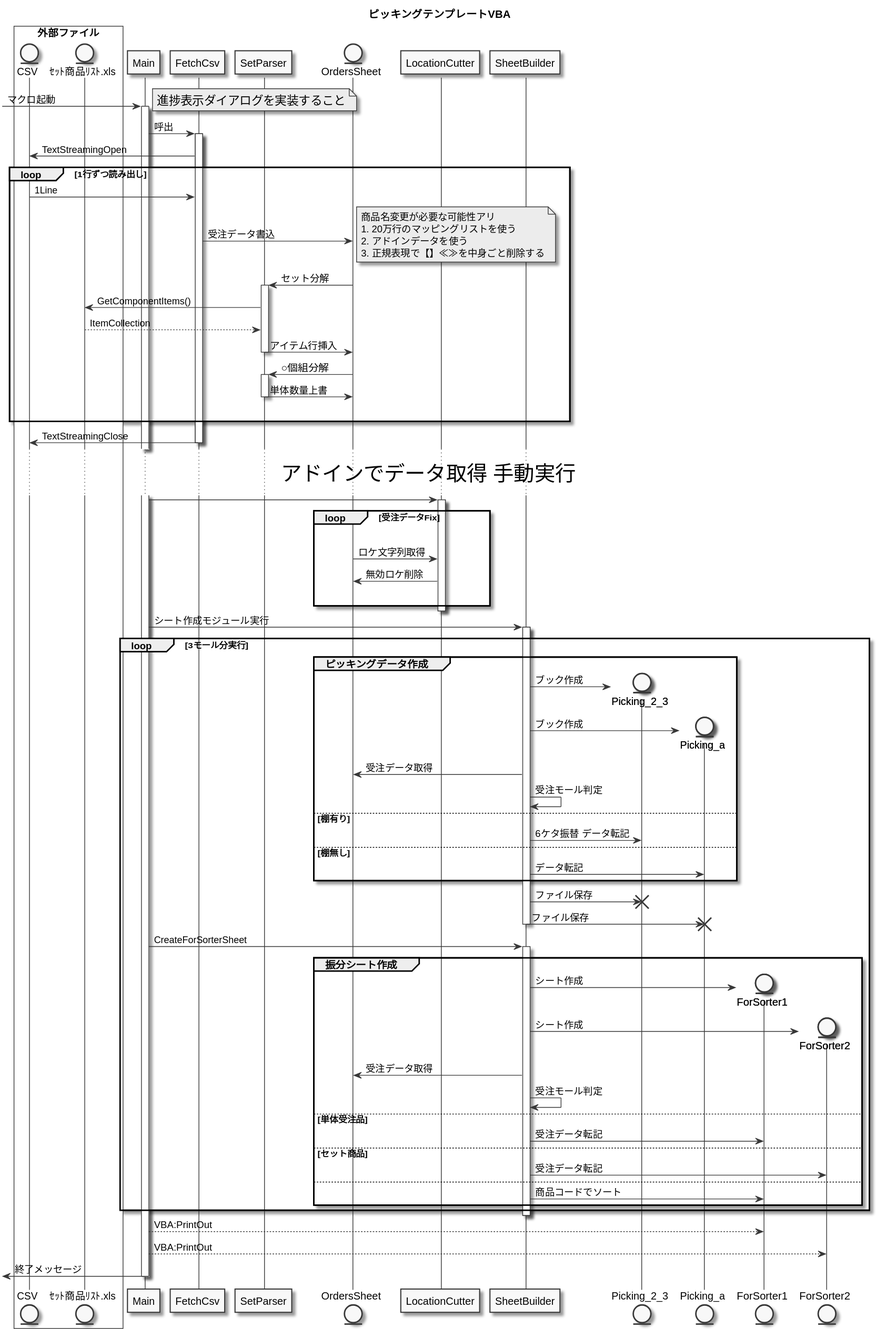
The PlantUML diagram docs/uml/picking_create_vba.svg in amunenaga/ec-backyard-macro, before a commit. Its source is kept beside it as picking_create_vba.puml. Source of this version:
```plantuml
@startuml picking_create_vba

skinparam monochrome true
skinparam packageFontSize 25

title ピッキングテンプレートVBA


box "外部ファイル" #white
    entity CSV
    entity ｾｯﾄ商品ﾘｽﾄ.xls
end box

participant Main

[-> Main : マクロ起動
activate Main

note right
  <size:16>進捗表示ダイアログを実装すること</size>
end note

Main -> FetchCsv : 呼出
activate FetchCsv

CSV <- FetchCsv : TextStreamingOpen

participant SetParser

Loop 1行ずつ読み出し
    CSV -> FetchCsv : 1Line

    entity OrdersSheet
    FetchCsv -> OrdersSheet : 受注データ書込

    note right
        商品名変更が必要な可能性アリ
        1. 20万行のマッピングリストを使う
        2. アドインデータを使う
        3. 正規表現で【】≪≫を中身ごと削除する
    end note

    SetParser <- OrdersSheet : セット分解

    activate SetParser
        ｾｯﾄ商品ﾘｽﾄ.xls <- SetParser : GetComponentItems()
        ｾｯﾄ商品ﾘｽﾄ.xls --> SetParser : ItemCollection

        SetParser -> OrdersSheet : アイテム行挿入

    deactivate SetParser

    SetParser <- OrdersSheet :○個組分解
    activate SetParser
        SetParser -> OrdersSheet : 単体数量上書
    deactivate SetParser

    |||
    end loop

CSV <- FetchCsv : TextStreamingClose
deactivate FetchCsv

... <size:28>アドインでデータ取得 手動実行</size> ...

participant LocationCutter

    Main -> LocationCutter

    activate LocationCutter

    loop 受注データFix
        |||
        OrdersSheet -> LocationCutter :ロケ文字列取得
        OrdersSheet <- LocationCutter :無効ロケ削除
        |||
    end
    deactivate LocationCutter

participant SheetBuilder

Main -> SheetBuilder : シート作成モジュール実行
activate SheetBuilder

loop 3モール分実行
    Group ピッキングデータ作成

        create entity Picking_2_3
        SheetBuilder -> Picking_2_3 : ブック作成

        create entity Picking_a
        SheetBuilder -> Picking_a : ブック作成

        OrdersSheet <- SheetBuilder : 受注データ取得

        SheetBuilder -> SheetBuilder : 受注モール判定

        else 棚有り
            SheetBuilder -> Picking_2_3 : 6ケタ振替 データ転記

        else 棚無し
            SheetBuilder -> Picking_a : データ転記
    end

    SheetBuilder -> Picking_2_3 : ファイル保存
    destroy Picking_2_3
    SheetBuilder -> Picking_a : ファイル保存
    deactivate SheetBuilder

    destroy Picking_a
    deactivate SheetBuilder

    Group 振分シート作成
        activate SheetBuilder
        Main -> SheetBuilder : CreateForSorterSheet
        create entity ForSorter1
        SheetBuilder -> ForSorter1 : シート作成
        create entity ForSorter2
        SheetBuilder -> ForSorter2 : シート作成
        OrdersSheet <- SheetBuilder : 受注データ取得
        SheetBuilder -> SheetBuilder : 受注モール判定

        else 単体受注品

            SheetBuilder -> ForSorter1 : 受注データ転記

        else セット商品

            SheetBuilder -> ForSorter2 : 受注データ転記
        else

            SheetBuilder -> ForSorter1 : 商品コードでソート

    end
end

deactivate SheetBuilder

Main --> ForSorter1 : VBA:PrintOut
Main --> ForSorter2 : VBA:PrintOut


[<- Main : 終了メッセージ

deactivate Main

@enduml
```
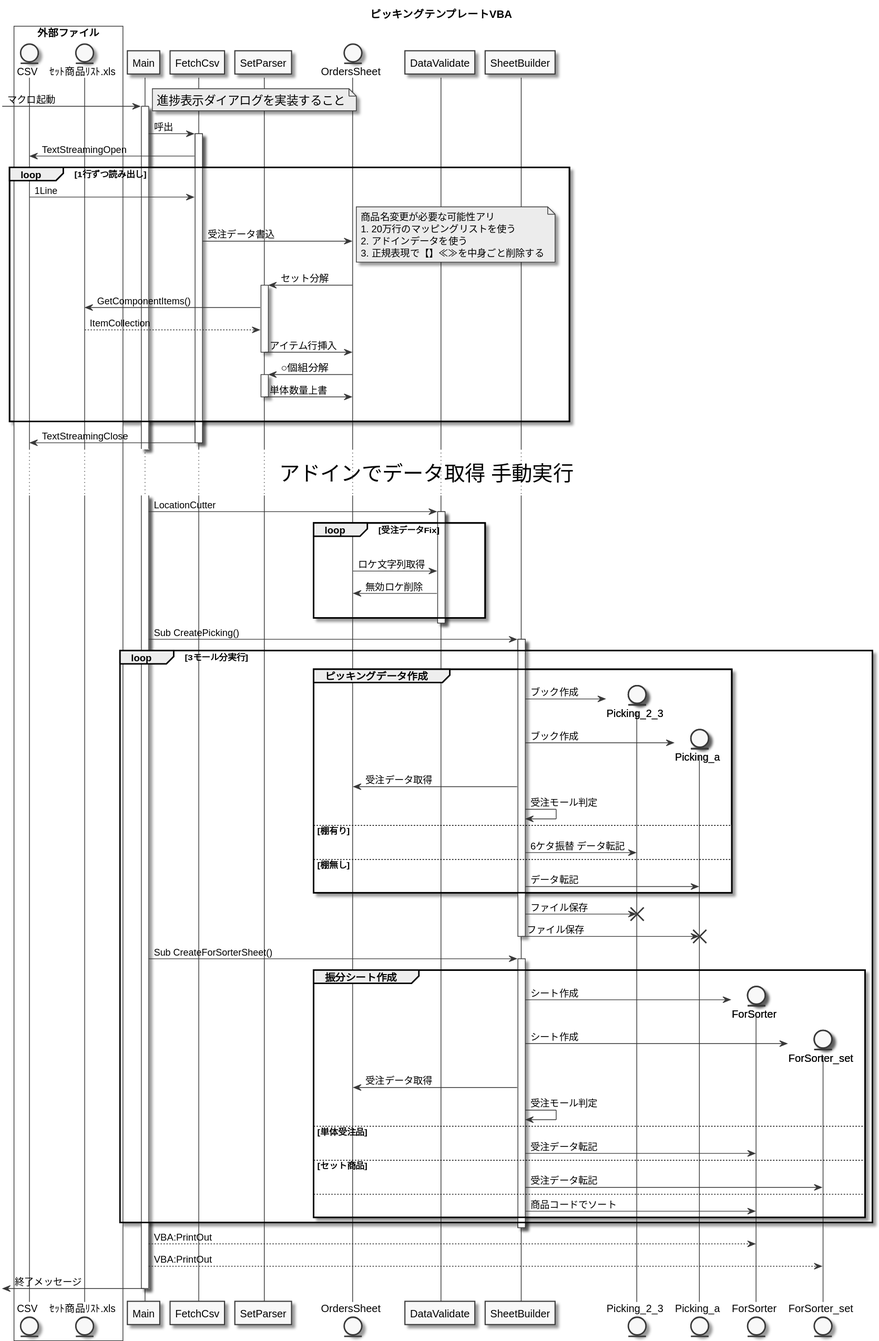
Later version of the same file.

Commit message:
シーケンス図 修正

Diff of the diagram source:
```diff
@@ -63,23 +63,23 @@
 
 ... <size:28>アドインでデータ取得 手動実行</size> ...
 
-participant LocationCutter
+participant DataValidate
 
-    Main -> LocationCutter
+    Main -> DataValidate : LocationCutter
 
-    activate LocationCutter
+    activate DataValidate
 
     loop 受注データFix
         |||
-        OrdersSheet -> LocationCutter :ロケ文字列取得
-        OrdersSheet <- LocationCutter :無効ロケ削除
+        OrdersSheet -> DataValidate :ロケ文字列取得
+        OrdersSheet <- DataValidate :無効ロケ削除
         |||
     end
-    deactivate LocationCutter
+    deactivate DataValidate
 
 participant SheetBuilder
 
-Main -> SheetBuilder : シート作成モジュール実行
+Main -> SheetBuilder : Sub CreatePicking()
 activate SheetBuilder
 
 loop 3モール分実行
@@ -110,34 +110,35 @@
     destroy Picking_a
     deactivate SheetBuilder
 
-    Group 振分シート作成
+
+    Main -> SheetBuilder : Sub CreateForSorterSheet()
+        Group 振分シート作成
         activate SheetBuilder
-        Main -> SheetBuilder : CreateForSorterSheet
-        create entity ForSorter1
-        SheetBuilder -> ForSorter1 : シート作成
-        create entity ForSorter2
-        SheetBuilder -> ForSorter2 : シート作成
+        create entity ForSorter
+        SheetBuilder -> ForSorter : シート作成
+        create entity ForSorter_set
+        SheetBuilder -> ForSorter_set : シート作成
         OrdersSheet <- SheetBuilder : 受注データ取得
         SheetBuilder -> SheetBuilder : 受注モール判定
 
         else 単体受注品
 
-            SheetBuilder -> ForSorter1 : 受注データ転記
+            SheetBuilder -> ForSorter : 受注データ転記
 
         else セット商品
 
-            SheetBuilder -> ForSorter2 : 受注データ転記
+            SheetBuilder -> ForSorter_set : 受注データ転記
         else
 
-            SheetBuilder -> ForSorter1 : 商品コードでソート
+            SheetBuilder -> ForSorter : 商品コードでソート
 
     end
 end
 
 deactivate SheetBuilder
 
-Main --> ForSorter1 : VBA:PrintOut
-Main --> ForSorter2 : VBA:PrintOut
+Main --> ForSorter : VBA:PrintOut
+Main --> ForSorter_set : VBA:PrintOut
 
 
 [<- Main : 終了メッセージ
```
